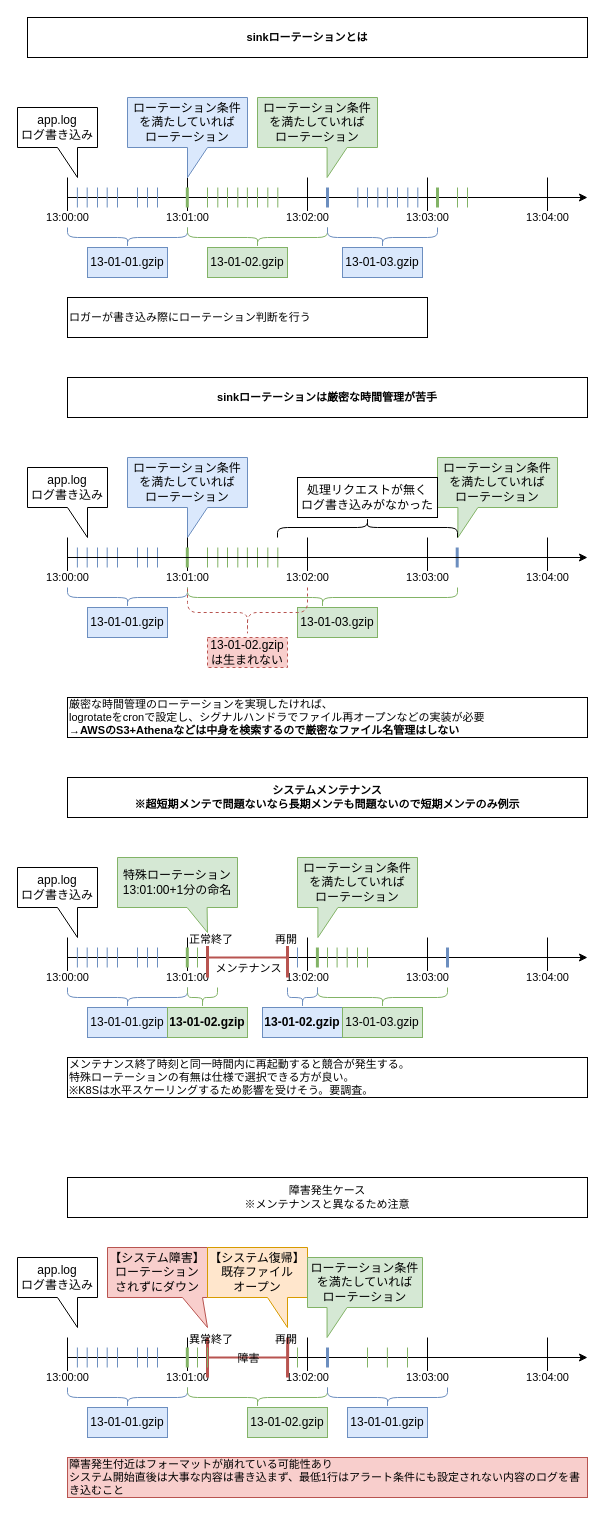
This is page "rotation" (2 of 2) of logger/doc/specific_img/specific.drawio from Riliumph/cpp_util, a draw.io file, before an edit. Source tidied: cells renumbered, new cells numbered last; positions are measured from the earlier drawing's top-left corner, leaving out a move shared by most shapes. Both pictures are drawn from the tidied source at 100%, with x=0, y=0 at pixel (17, 17).
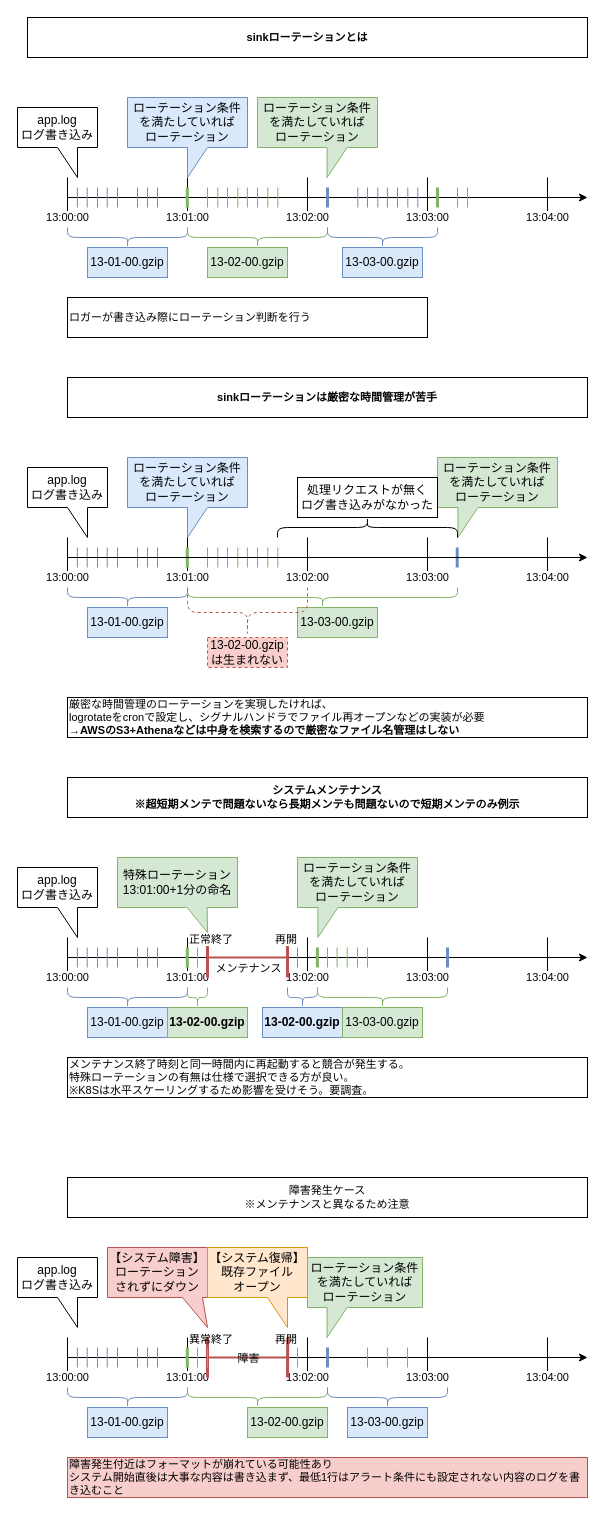
After the change.

The edit, as a diff of the source:
```diff
@@
-    <mxCell id="17" value="13-01-01.gzip" style="rounded=0;whiteSpace=wrap;html=1;fillColor=#dae8fc;strokeColor=#6c8ebf;" parent="2" vertex="1">
+    <mxCell id="17" value="13-01-00.gzip" style="rounded=0;whiteSpace=wrap;html=1;fillColor=#dae8fc;strokeColor=#6c8ebf;" parent="2" vertex="1">
       <mxGeometry x="70" y="230" width="80" height="30" as="geometry" />
     </mxCell>
@@
-    <mxCell id="19" value="13-01-02.gzip" style="rounded=0;whiteSpace=wrap;html=1;fillColor=#d5e8d4;strokeColor=#82b366;" parent="2" vertex="1">
+    <mxCell id="19" value="13-02-00.gzip" style="rounded=0;whiteSpace=wrap;html=1;fillColor=#d5e8d4;strokeColor=#82b366;" parent="2" vertex="1">
       <mxGeometry x="190" y="230" width="80" height="30" as="geometry" />
     </mxCell>
@@
-    <mxCell id="21" value="13-01-03.gzip" style="rounded=0;whiteSpace=wrap;html=1;fillColor=#dae8fc;strokeColor=#6c8ebf;" parent="2" vertex="1">
+    <mxCell id="21" value="13-03-00.gzip" style="rounded=0;whiteSpace=wrap;html=1;fillColor=#dae8fc;strokeColor=#6c8ebf;" parent="2" vertex="1">
       <mxGeometry x="325" y="230" width="80" height="30" as="geometry" />
     </mxCell>
@@
-    <mxCell id="63" value="13-01-01.gzip" style="rounded=0;whiteSpace=wrap;html=1;fillColor=#dae8fc;strokeColor=#6c8ebf;" parent="48" vertex="1">
+    <mxCell id="63" value="13-01-00.gzip" style="rounded=0;whiteSpace=wrap;html=1;fillColor=#dae8fc;strokeColor=#6c8ebf;" parent="48" vertex="1">
       <mxGeometry x="70" y="590" width="80" height="30" as="geometry" />
     </mxCell>
@@
-    <mxCell id="65" value="13-01-03.gzip" style="rounded=0;whiteSpace=wrap;html=1;fillColor=#d5e8d4;strokeColor=#82b366;" parent="48" vertex="1">
+    <mxCell id="65" value="13-03-00.gzip" style="rounded=0;whiteSpace=wrap;html=1;fillColor=#d5e8d4;strokeColor=#82b366;" parent="48" vertex="1">
       <mxGeometry x="280" y="590" width="80" height="30" as="geometry" />
     </mxCell>
@@
-    <mxCell id="80" value="13-01-02.gzip&lt;div&gt;は生まれない&lt;/div&gt;" style="rounded=0;whiteSpace=wrap;html=1;fillColor=#f8cecc;strokeColor=#b85450;dashed=1;" parent="48" vertex="1">
+    <mxCell id="80" value="13-02-00.gzip&lt;div&gt;は生まれない&lt;/div&gt;" style="rounded=0;whiteSpace=wrap;html=1;fillColor=#f8cecc;strokeColor=#b85450;dashed=1;" parent="48" vertex="1">
       <mxGeometry x="190" y="620" width="80" height="30" as="geometry" />
     </mxCell>
@@
-    <mxCell id="102" value="13-01-01.gzip" style="rounded=0;whiteSpace=wrap;html=1;fillColor=#dae8fc;strokeColor=#6c8ebf;" parent="86" vertex="1">
+    <mxCell id="102" value="13-01-00.gzip" style="rounded=0;whiteSpace=wrap;html=1;fillColor=#dae8fc;strokeColor=#6c8ebf;" parent="86" vertex="1">
       <mxGeometry x="70" y="990" width="80" height="30" as="geometry" />
     </mxCell>
@@
     <mxCell id="115" style="shape=curlyBracket;whiteSpace=wrap;html=1;rounded=1;flipH=1;labelPosition=right;verticalLabelPosition=middle;align=center;verticalAlign=middle;direction=north;size=0.5;fillColor=#d5e8d4;strokeColor=#82b366;" parent="86" vertex="1">
-      <mxGeometry x="170" y="970" width="30" height="20" as="geometry" />
+      <mxGeometry x="170" y="970" width="20" height="20" as="geometry" />
     </mxCell>
-    <mxCell id="116" value="&lt;b&gt;13-01-02.gzip&lt;/b&gt;" style="rounded=0;whiteSpace=wrap;html=1;fillColor=#d5e8d4;strokeColor=#82b366;" parent="86" vertex="1">
+    <mxCell id="116" value="&lt;b&gt;13-02-00.gzip&lt;/b&gt;" style="rounded=0;whiteSpace=wrap;html=1;fillColor=#d5e8d4;strokeColor=#82b366;" parent="86" vertex="1">
       <mxGeometry x="150" y="990" width="80" height="30" as="geometry" />
     </mxCell>
@@
-    <mxCell id="118" style="shape=curlyBracket;whiteSpace=wrap;html=1;rounded=1;flipH=1;labelPosition=right;verticalLabelPosition=middle;align=center;verticalAlign=middle;direction=north;size=0.5;fillColor=#d5e8d4;strokeColor=#82b366;" parent="86" vertex="1">
-      <mxGeometry x="300" y="970" width="130" height="20" as="geometry" />
-    </mxCell>
-    <mxCell id="119" value="&lt;b&gt;13-01-02.gzip&lt;/b&gt;" style="rounded=0;whiteSpace=wrap;html=1;fillColor=#dae8fc;strokeColor=#6c8ebf;" parent="86" vertex="1">
+    <mxCell id="119" value="&lt;b&gt;13-02-00.gzip&lt;/b&gt;" style="rounded=0;whiteSpace=wrap;html=1;fillColor=#dae8fc;strokeColor=#6c8ebf;" parent="86" vertex="1">
       <mxGeometry x="245" y="990" width="80" height="30" as="geometry" />
     </mxCell>
@@
-    <mxCell id="127" value="13-01-03.gzip" style="rounded=0;whiteSpace=wrap;html=1;fillColor=#d5e8d4;strokeColor=#82b366;" parent="86" vertex="1">
+    <mxCell id="127" value="13-03-00.gzip" style="rounded=0;whiteSpace=wrap;html=1;fillColor=#d5e8d4;strokeColor=#82b366;" parent="86" vertex="1">
       <mxGeometry x="325" y="990" width="80" height="30" as="geometry" />
     </mxCell>
@@
+    <mxCell id="118" style="shape=curlyBracket;whiteSpace=wrap;html=1;rounded=1;flipH=1;labelPosition=right;verticalLabelPosition=middle;align=center;verticalAlign=middle;direction=north;size=0.5;fillColor=#d5e8d4;strokeColor=#82b366;" parent="86" vertex="1">
+      <mxGeometry x="300" y="970" width="130" height="20" as="geometry" />
+    </mxCell>
@@
-    <mxCell id="146" value="13-01-01.gzip" style="rounded=0;whiteSpace=wrap;html=1;fillColor=#dae8fc;strokeColor=#6c8ebf;" parent="130" vertex="1">
+    <mxCell id="146" value="13-01-00.gzip" style="rounded=0;whiteSpace=wrap;html=1;fillColor=#dae8fc;strokeColor=#6c8ebf;" parent="130" vertex="1">
       <mxGeometry x="70" y="1390" width="80" height="30" as="geometry" />
     </mxCell>
@@
-    <mxCell id="148" value="13-01-02.gzip" style="rounded=0;whiteSpace=wrap;html=1;fillColor=#d5e8d4;strokeColor=#82b366;" parent="130" vertex="1">
+    <mxCell id="148" value="13-02-00.gzip" style="rounded=0;whiteSpace=wrap;html=1;fillColor=#d5e8d4;strokeColor=#82b366;" parent="130" vertex="1">
       <mxGeometry x="230" y="1390" width="80" height="30" as="geometry" />
     </mxCell>
@@
-    <mxCell id="168" value="13-01-01.gzip" style="rounded=0;whiteSpace=wrap;html=1;fillColor=#dae8fc;strokeColor=#6c8ebf;" parent="130" vertex="1">
+    <mxCell id="168" value="13-03-00.gzip" style="rounded=0;whiteSpace=wrap;html=1;fillColor=#dae8fc;strokeColor=#6c8ebf;" parent="130" vertex="1">
       <mxGeometry x="330" y="1390" width="80" height="30" as="geometry" />
     </mxCell>
```
